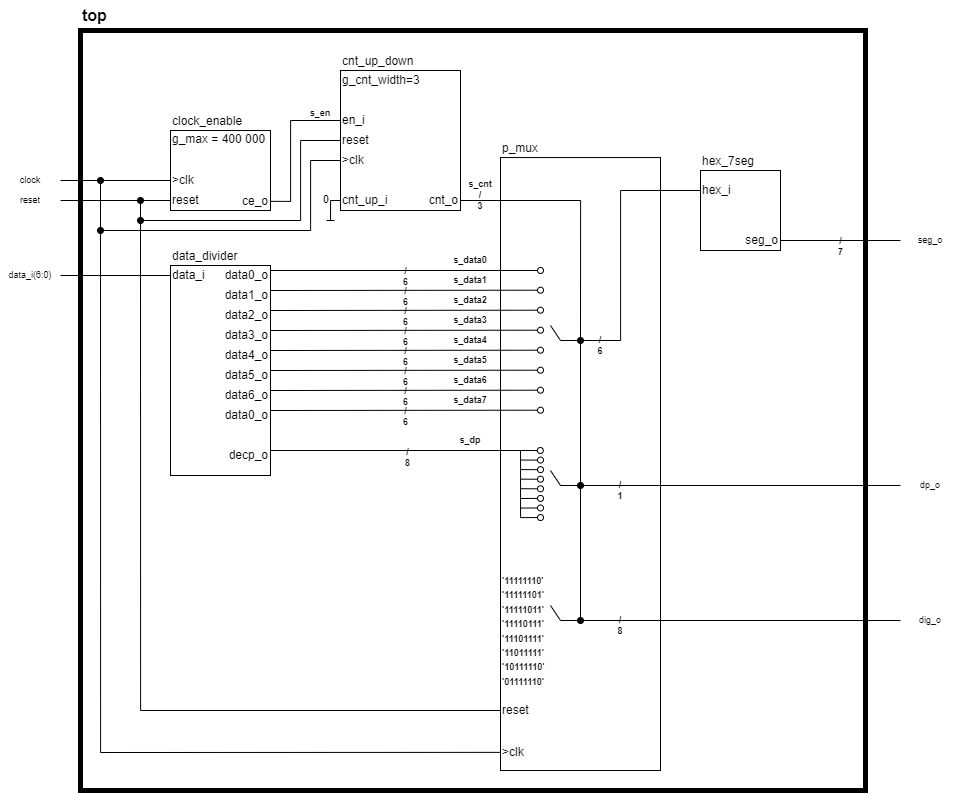
MusicalTester63/digital-electronics-1 keeps this draw.io diagram as project/images/morse_driver.png. Above is the earlier version. Source tidied: cells renumbered, new cells last; positions are measured from the earlier drawing's top-left corner, leaving out a move shared by most shapes.
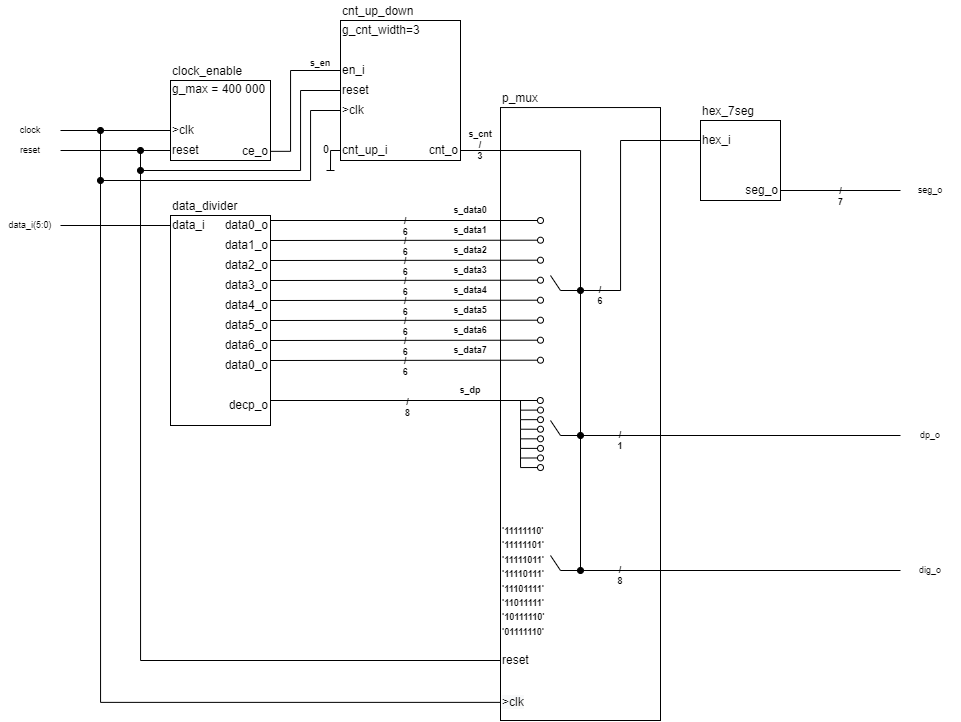
The same diagram one commit later.

What changed in the source:
```diff
@@ -2,9 +2,6 @@
   <root>
     <mxCell id="0" />
     <mxCell id="1" parent="0" />
-    <mxCell id="2" style="rounded=0;whiteSpace=wrap;html=1;labelBackgroundColor=none;fontFamily=Helvetica;fontSize=9;fillColor=default;strokeWidth=5;" parent="1" vertex="1">
-      <mxGeometry x="80" y="30" width="785" height="760" as="geometry" />
-    </mxCell>
     <mxCell id="3" style="edgeStyle=orthogonalEdgeStyle;rounded=0;jettySize=auto;html=1;exitX=1;exitY=0.5;exitDx=0;exitDy=0;endArrow=none;endFill=0;entryX=0;entryY=0.5;entryDx=0;entryDy=0;" parent="1" edge="1" source="86" target="95">
       <mxGeometry relative="1" as="geometry">
         <Array as="points">
@@ -345,9 +342,6 @@
     <mxCell id="64" value="dig_o" style="text;html=1;strokeColor=none;fillColor=none;align=center;verticalAlign=middle;whiteSpace=wrap;rounded=0;labelBackgroundColor=none;fontFamily=Helvetica;fontSize=9;fontStyle=0;" parent="1" vertex="1">
       <mxGeometry x="900" y="605" width="60" height="30" as="geometry" />
     </mxCell>
-    <mxCell id="65" value="&lt;b&gt;&lt;font style=&quot;font-size: 16px&quot;&gt;top&lt;/font&gt;&lt;/b&gt;" style="text;html=1;strokeColor=none;fillColor=none;align=left;verticalAlign=middle;whiteSpace=wrap;rounded=0;labelBackgroundColor=none;fontFamily=Helvetica;fontSize=9;" parent="1" vertex="1">
-      <mxGeometry x="80" width="60" height="30" as="geometry" />
-    </mxCell>
     <mxCell id="66" style="group;" parent="1" vertex="1">
       <mxGeometry x="170" y="245" width="100" height="230" as="geometry" />
     </mxCell>
@@ -390,7 +384,7 @@
     <mxCell id="79" style="edgeStyle=orthogonalEdgeStyle;rounded=0;jettySize=auto;html=1;exitX=0;exitY=0.5;exitDx=0;exitDy=0;endArrow=none;endFill=0;entryX=1;entryY=0.5;entryDx=0;entryDy=0;" parent="1" edge="1" source="68" target="80">
       <mxGeometry relative="1" as="geometry" />
     </mxCell>
-    <mxCell id="80" value="data_i(6:0)" style="text;html=1;strokeColor=none;fillColor=none;align=center;verticalAlign=middle;whiteSpace=wrap;rounded=0;labelBackgroundColor=none;fontSize=9;" parent="1" vertex="1">
+    <mxCell id="80" value="data_i(5:0)" style="text;html=1;strokeColor=none;fillColor=none;align=center;verticalAlign=middle;whiteSpace=wrap;rounded=0;labelBackgroundColor=none;fontSize=9;" parent="1" vertex="1">
       <mxGeometry y="260" width="60" height="30" as="geometry" />
     </mxCell>
     <mxCell id="81" style="edgeStyle=orthogonalEdgeStyle;rounded=0;jettySize=auto;html=1;exitX=0;exitY=0.5;exitDx=0;exitDy=0;entryX=1;entryY=0.5;entryDx=0;entryDy=0;endArrow=none;endFill=0;" parent="1" edge="1" source="88" target="34">
```
